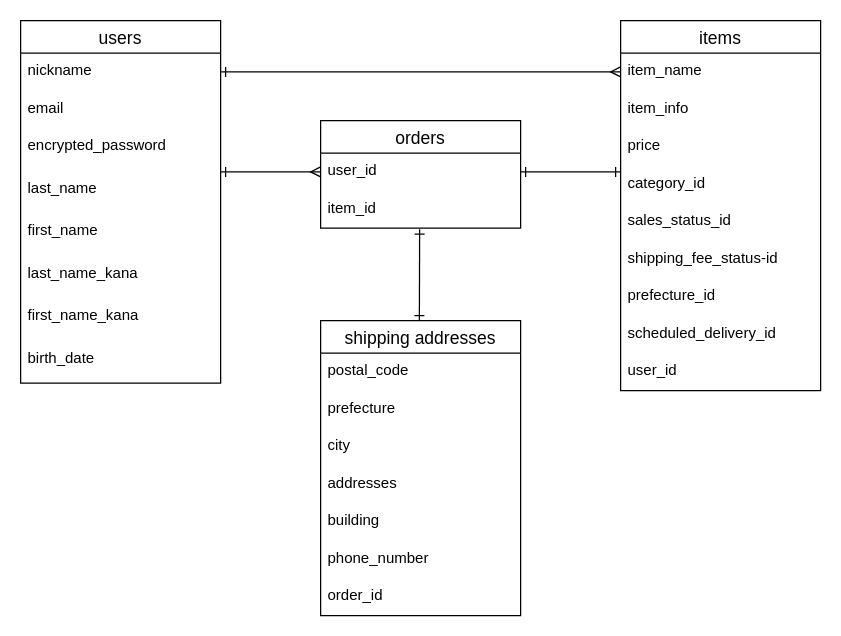
The draw.io diagram furima-37817.dio in kazami1066/furima-37817, before the edit. Source tidied: cells renumbered, new cells numbered last; positions are measured from the earlier drawing's top-left corner, leaving out a move shared by most shapes. Both pictures are drawn from the tidied source at 125%, with x=0, y=0 at pixel (20, 20).
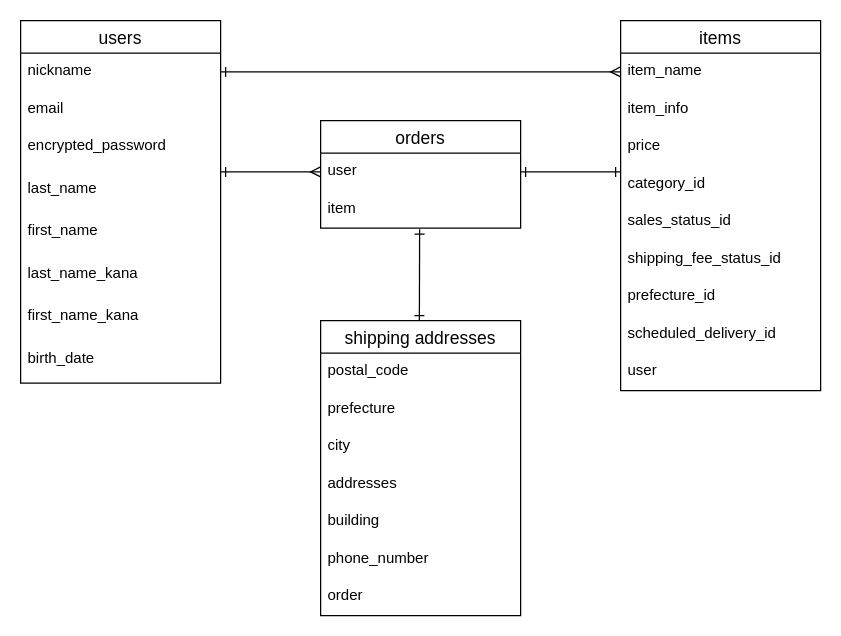
The same diagram, later.

The change refers to these unchanged cells:
```xml
<mxCell id="11" value="items" style="swimlane;fontStyle=0;horizontal=1;startSize=26;align=center;fontSize=14;" parent="1" vertex="1">
  <mxGeometry x="480" width="160" height="296" as="geometry" />
</mxCell>
<mxCell id="21" value="orders" style="swimlane;fontStyle=0;horizontal=1;startSize=26;align=center;fontSize=14;" parent="1" vertex="1">
  <mxGeometry x="240" y="80" width="160" height="86" as="geometry" />
</mxCell>
<mxCell id="26" value="shipping addresses" style="swimlane;fontStyle=0;horizontal=1;startSize=26;align=center;fontSize=14;" parent="1" vertex="1">
  <mxGeometry x="240" y="240" width="160" height="236" as="geometry" />
</mxCell>
```

Diff of the diagram source:
```diff
@@
-    <mxCell id="17" value="shipping_fee_status-id" style="text;strokeColor=none;fillColor=none;spacingLeft=4;spacingRight=4;overflow=hidden;fontSize=12;" parent="11" vertex="1">
+    <mxCell id="17" value="shipping_fee_status_id" style="text;strokeColor=none;fillColor=none;spacingLeft=4;spacingRight=4;overflow=hidden;fontSize=12;" parent="11" vertex="1">
       <mxGeometry y="176" width="160" height="30" as="geometry" />
     </mxCell>
@@
-    <mxCell id="20" value="user_id" style="text;strokeColor=none;fillColor=none;spacingLeft=4;spacingRight=4;overflow=hidden;fontSize=12;" parent="11" vertex="1">
+    <mxCell id="20" value="user" style="text;strokeColor=none;fillColor=none;spacingLeft=4;spacingRight=4;overflow=hidden;fontSize=12;" parent="11" vertex="1">
       <mxGeometry y="266" width="160" height="30" as="geometry" />
     </mxCell>
@@
-    <mxCell id="22" value="user_id" style="text;strokeColor=none;fillColor=none;spacingLeft=4;spacingRight=4;overflow=hidden;points=[[0,0.5],[1,0.5]];portConstraint=eastwest;fontSize=12;" parent="21" vertex="1">
+    <mxCell id="22" value="user" style="text;strokeColor=none;fillColor=none;spacingLeft=4;spacingRight=4;overflow=hidden;points=[[0,0.5],[1,0.5]];portConstraint=eastwest;fontSize=12;" parent="21" vertex="1">
       <mxGeometry y="26" width="160" height="30" as="geometry" />
     </mxCell>
-    <mxCell id="23" value="item_id" style="text;strokeColor=none;fillColor=none;spacingLeft=4;spacingRight=4;overflow=hidden;points=[[0,0.5],[1,0.5]];portConstraint=eastwest;fontSize=12;" parent="21" vertex="1">
+    <mxCell id="23" value="item" style="text;strokeColor=none;fillColor=none;spacingLeft=4;spacingRight=4;overflow=hidden;points=[[0,0.5],[1,0.5]];portConstraint=eastwest;fontSize=12;" parent="21" vertex="1">
       <mxGeometry y="56" width="160" height="30" as="geometry" />
     </mxCell>
@@
-    <mxCell id="33" value="order_id" style="text;strokeColor=none;fillColor=none;spacingLeft=4;spacingRight=4;overflow=hidden;fontSize=12;" parent="26" vertex="1">
+    <mxCell id="33" value="order" style="text;strokeColor=none;fillColor=none;spacingLeft=4;spacingRight=4;overflow=hidden;fontSize=12;" parent="26" vertex="1">
       <mxGeometry y="206" width="160" height="30" as="geometry" />
     </mxCell>
```
